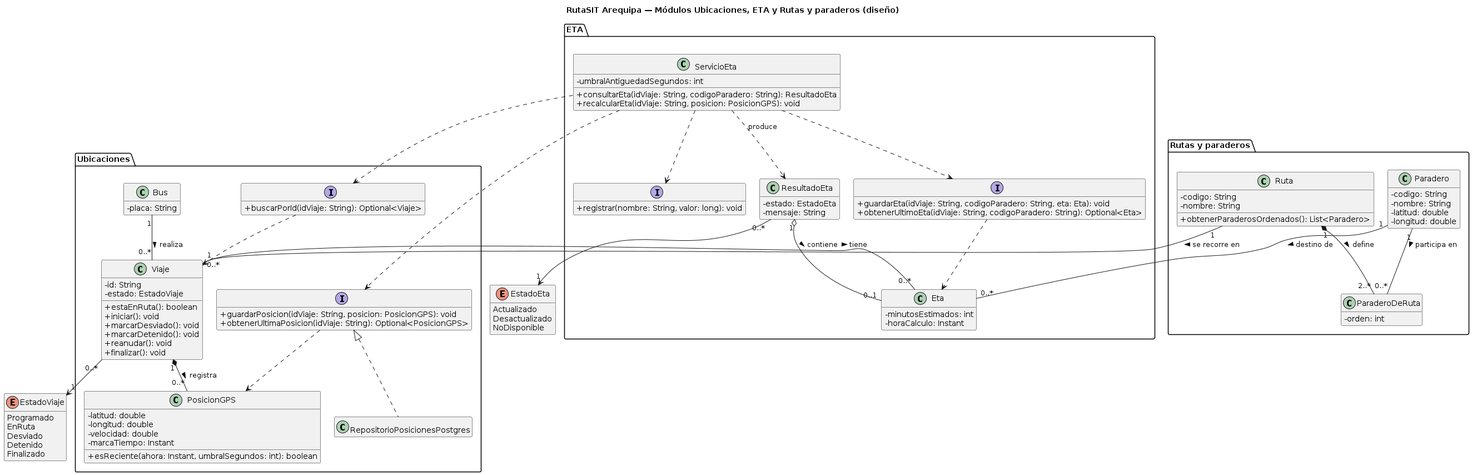
Before: docs/design/img/clases.png, a diagram exported from PlantUML (Camila-Alarico/cs-2026b-lab04--grupo06). The source it was exported from:
```plantuml
@startuml
skinparam classAttributeIconSize 0
skinparam shadowing false
skinparam defaultFontName Arial
skinparam nodesep 25
skinparam ranksep 40
hide empty members
title RutaSIT Arequipa — Módulos Ubicaciones, ETA y Rutas y paraderos (diseño)

enum EstadoViaje {
  Programado
  EnRuta
  Desviado
  Detenido
  Finalizado
}
enum EstadoEta {
  Actualizado
  Desactualizado
  NoDisponible
}

package "Rutas y paraderos" {
  class Ruta {
    - codigo: String
    - nombre: String
    + obtenerParaderosOrdenados(): List<Paradero>
  }
  class Paradero {
    - codigo: String
    - nombre: String
    - latitud: double
    - longitud: double
  }
  class ParaderoDeRuta {
    - orden: int
  }
}

package "Ubicaciones" {
  class Bus {
    - placa: String
  }
  class Viaje {
    - id: String
    - estado: EstadoViaje
    + estaEnRuta(): boolean
    + iniciar(): void
    + marcarDesviado(): void
    + marcarDetenido(): void
    + reanudar(): void
    + finalizar(): void
  }
  class PosicionGPS {
    - latitud: double
    - longitud: double
    - velocidad: double
    - marcaTiempo: Instant
    + esReciente(ahora: Instant, umbralSegundos: int): boolean
  }
  interface RepositorioViajes <<puerto>> {
    + buscarPorId(idViaje: String): Optional<Viaje>
  }
  interface RepositorioPosiciones <<puerto>> {
    + guardarPosicion(idViaje: String, posicion: PosicionGPS): void
    + obtenerUltimaPosicion(idViaje: String): Optional<PosicionGPS>
  }
  class RepositorioPosicionesPostgres <<adaptador>>
}

package "ETA" {
  class Eta {
    - minutosEstimados: int
    - horaCalculo: Instant
  }
  class ResultadoEta {
    - estado: EstadoEta
    - mensaje: String
  }
  class ServicioEta <<servicio>> {
    - umbralAntiguedadSegundos: int
    + consultarEta(idViaje: String, codigoParadero: String): ResultadoEta
    + recalcularEta(idViaje: String, posicion: PosicionGPS): void
  }
  interface RepositorioEta <<puerto>> {
    + guardarEta(idViaje: String, codigoParadero: String, eta: Eta): void
    + obtenerUltimoEta(idViaje: String, codigoParadero: String): Optional<Eta>
  }
  interface RegistroMetricas <<puerto>> {
    + registrar(nombre: String, valor: long): void
  }
}

Ruta "1" *-- "2..*" ParaderoDeRuta : define >
Paradero "1" -- "0..*" ParaderoDeRuta : participa en >
Ruta "1" -- "0..*" Viaje : se recorre en >
Bus "1" -- "0..*" Viaje : realiza >
Viaje "1" *-- "0..*" PosicionGPS : registra >
Viaje "0..*" --> "1" EstadoViaje
Viaje "1" -- "0..*" Eta : tiene >
Paradero "1" -- "0..*" Eta : destino de >
ResultadoEta "0..*" --> "1" EstadoEta
ResultadoEta "1" o-- "0..1" Eta : contiene >
ServicioEta ..> RegistroMetricas
RepositorioPosiciones <|.. RepositorioPosicionesPostgres
RepositorioViajes ..> Viaje
RepositorioPosiciones ..> PosicionGPS
RepositorioEta ..> Eta
ServicioEta ..> RepositorioViajes
ServicioEta ..> RepositorioPosiciones
ServicioEta ..> RepositorioEta
ServicioEta ..> ResultadoEta : produce
@enduml
```
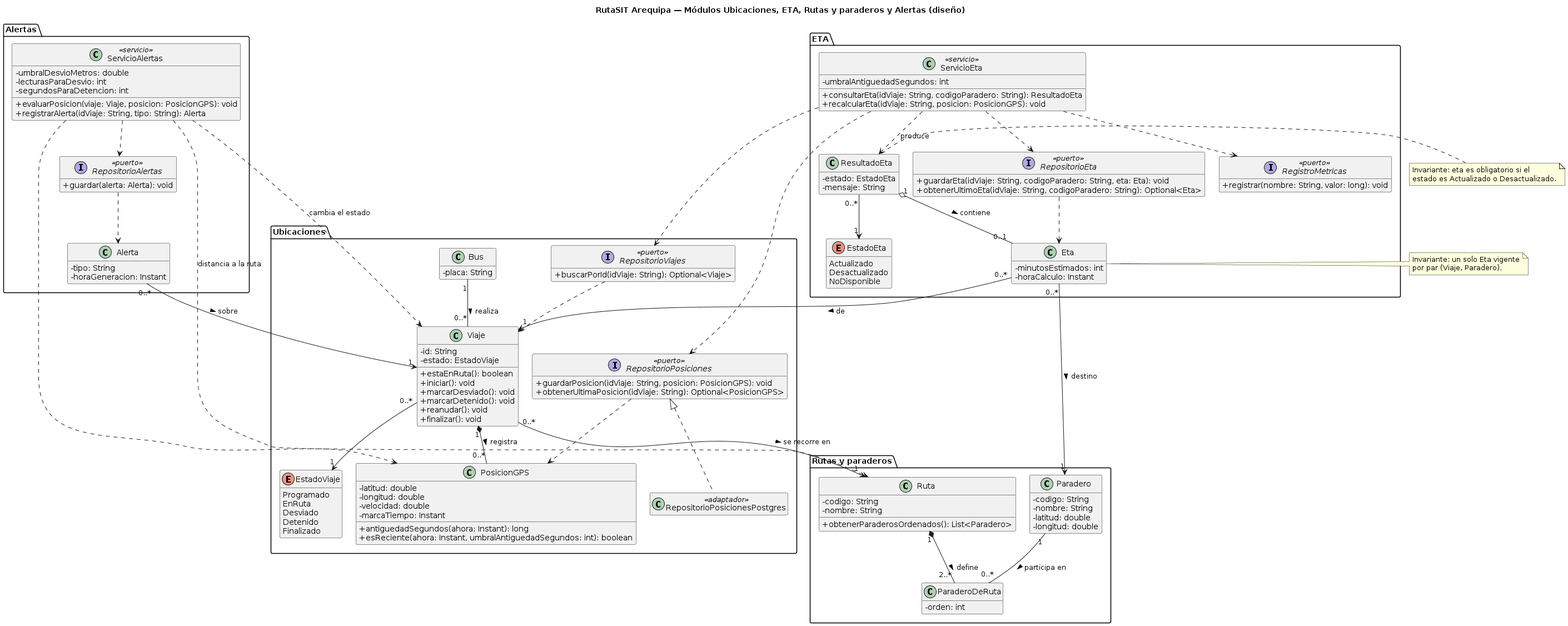
After the commit.

Change to the diagram source:
```diff
@@ -5,20 +5,7 @@
 skinparam nodesep 25
 skinparam ranksep 40
 hide empty members
-title RutaSIT Arequipa — Módulos Ubicaciones, ETA y Rutas y paraderos (diseño)
-
-enum EstadoViaje {
-  Programado
-  EnRuta
-  Desviado
-  Detenido
-  Finalizado
-}
-enum EstadoEta {
-  Actualizado
-  Desactualizado
-  NoDisponible
-}
+title RutaSIT Arequipa — Módulos Ubicaciones, ETA, Rutas y paraderos y Alertas (diseño)
 
 package "Rutas y paraderos" {
   class Ruta {
@@ -38,6 +25,13 @@
 }
 
 package "Ubicaciones" {
+  enum EstadoViaje {
+    Programado
+    EnRuta
+    Desviado
+    Detenido
+    Finalizado
+  }
   class Bus {
     - placa: String
   }
@@ -56,7 +50,8 @@
     - longitud: double
     - velocidad: double
     - marcaTiempo: Instant
-    + esReciente(ahora: Instant, umbralSegundos: int): boolean
+    + antiguedadSegundos(ahora: Instant): long
+    + esReciente(ahora: Instant, umbralAntiguedadSegundos: int): boolean
   }
   interface RepositorioViajes <<puerto>> {
     + buscarPorId(idViaje: String): Optional<Viaje>
@@ -69,6 +64,11 @@
 }
 
 package "ETA" {
+  enum EstadoEta {
+    Actualizado
+    Desactualizado
+    NoDisponible
+  }
   class Eta {
     - minutosEstimados: int
     - horaCalculo: Instant
@@ -91,23 +91,56 @@
   }
 }
 
+package "Alertas" {
+  class Alerta {
+    - tipo: String
+    - horaGeneracion: Instant
+  }
+  class ServicioAlertas <<servicio>> {
+    - umbralDesvioMetros: double
+    - lecturasParaDesvio: int
+    - segundosParaDetencion: int
+    + evaluarPosicion(viaje: Viaje, posicion: PosicionGPS): void
+    + registrarAlerta(idViaje: String, tipo: String): Alerta
+  }
+  interface RepositorioAlertas <<puerto>> {
+    + guardar(alerta: Alerta): void
+  }
+}
+
 Ruta "1" *-- "2..*" ParaderoDeRuta : define >
 Paradero "1" -- "0..*" ParaderoDeRuta : participa en >
-Ruta "1" -- "0..*" Viaje : se recorre en >
+Viaje "0..*" --> "1" Ruta : se recorre en >
 Bus "1" -- "0..*" Viaje : realiza >
 Viaje "1" *-- "0..*" PosicionGPS : registra >
 Viaje "0..*" --> "1" EstadoViaje
-Viaje "1" -- "0..*" Eta : tiene >
-Paradero "1" -- "0..*" Eta : destino de >
+Eta "0..*" --> "1" Viaje : de >
+Eta "0..*" --> "1" Paradero : destino >
 ResultadoEta "0..*" --> "1" EstadoEta
 ResultadoEta "1" o-- "0..1" Eta : contiene >
-ServicioEta ..> RegistroMetricas
+Alerta "0..*" --> "1" Viaje : sobre >
+
 RepositorioPosiciones <|.. RepositorioPosicionesPostgres
 RepositorioViajes ..> Viaje
 RepositorioPosiciones ..> PosicionGPS
 RepositorioEta ..> Eta
+RepositorioAlertas ..> Alerta
 ServicioEta ..> RepositorioViajes
 ServicioEta ..> RepositorioPosiciones
 ServicioEta ..> RepositorioEta
+ServicioEta ..> RegistroMetricas
 ServicioEta ..> ResultadoEta : produce
+ServicioAlertas ..> RepositorioAlertas
+ServicioAlertas ..> Viaje : cambia el estado
+ServicioAlertas ..> PosicionGPS
+ServicioAlertas ..> Ruta : distancia a la ruta
+
+note right of Eta
+  Invariante: un solo Eta vigente
+  por par (Viaje, Paradero).
+end note
+note right of ResultadoEta
+  Invariante: eta es obligatorio si el
+  estado es Actualizado o Desactualizado.
+end note
 @enduml
```
